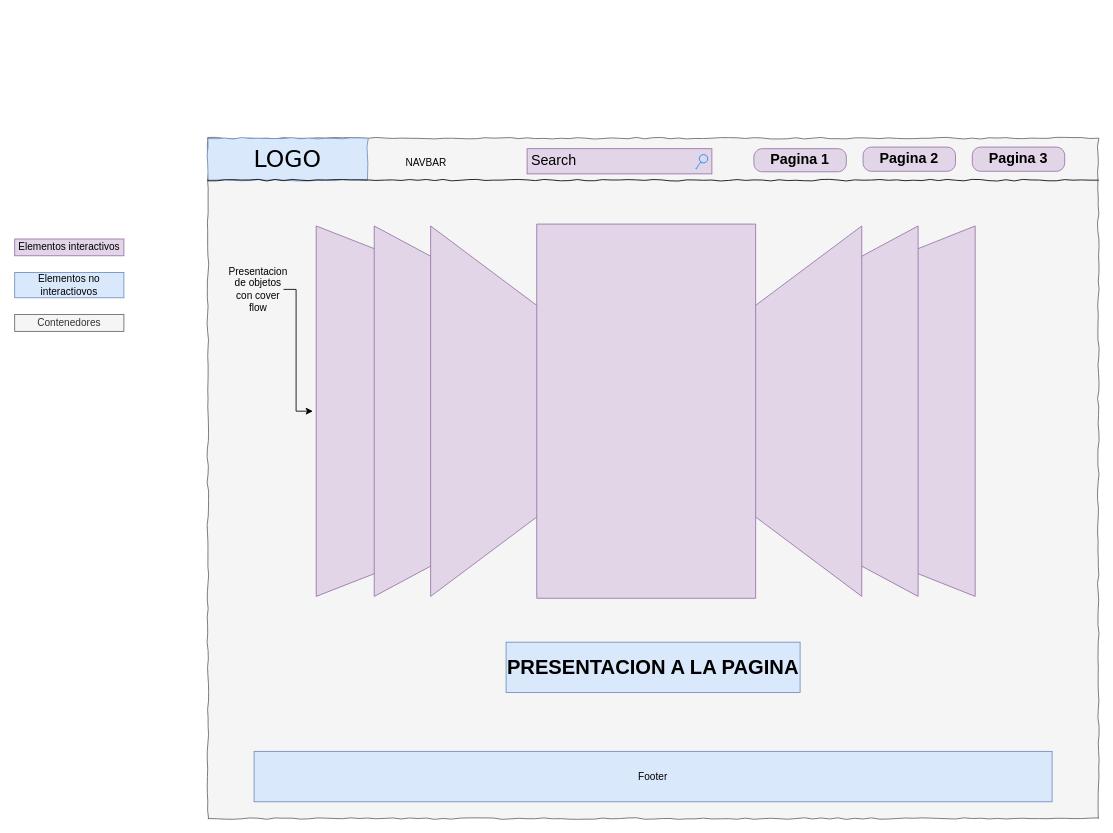
This is Untitled Diagram.drawio from Cristian-Toma/wireframe-portafolio, a draw.io file, before an edit. Source tidied: cells renumbered, new cells numbered last; positions are measured from the earlier drawing's top-left corner, leaving out a move shared by most shapes. Both pictures are drawn from the tidied source at 84%, with x=0, y=0 at pixel (14, 138).
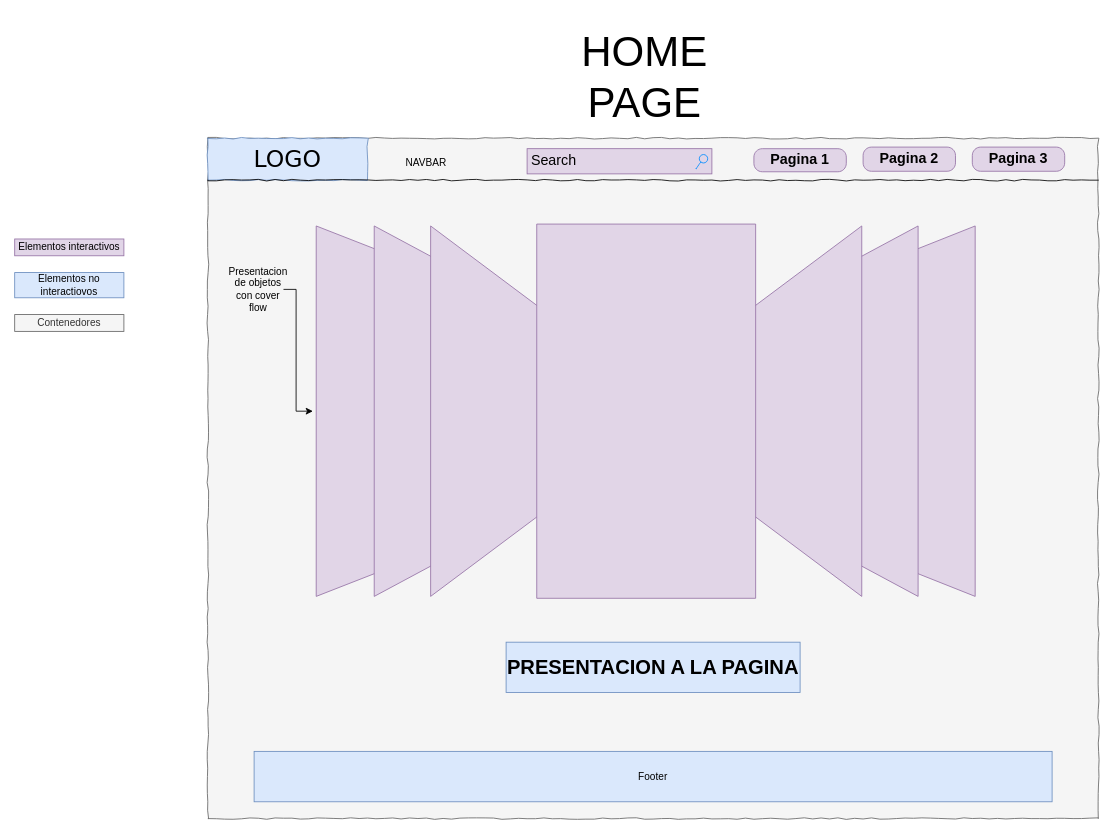
After the change.

Change to the diagram source:
```diff
@@
+    <mxCell id="19" value="&lt;div&gt;&lt;br&gt;&lt;/div&gt;&lt;div&gt;&lt;font style=&quot;font-size: 50px&quot;&gt;HOME PAGE&lt;/font&gt;&lt;br&gt;&lt;/div&gt;" style="text;html=1;strokeColor=none;fillColor=none;align=center;verticalAlign=middle;whiteSpace=wrap;rounded=0;" parent="1" vertex="1">
+      <mxGeometry x="730" y="-90" width="40" height="20" as="geometry" />
+    </mxCell>
```
